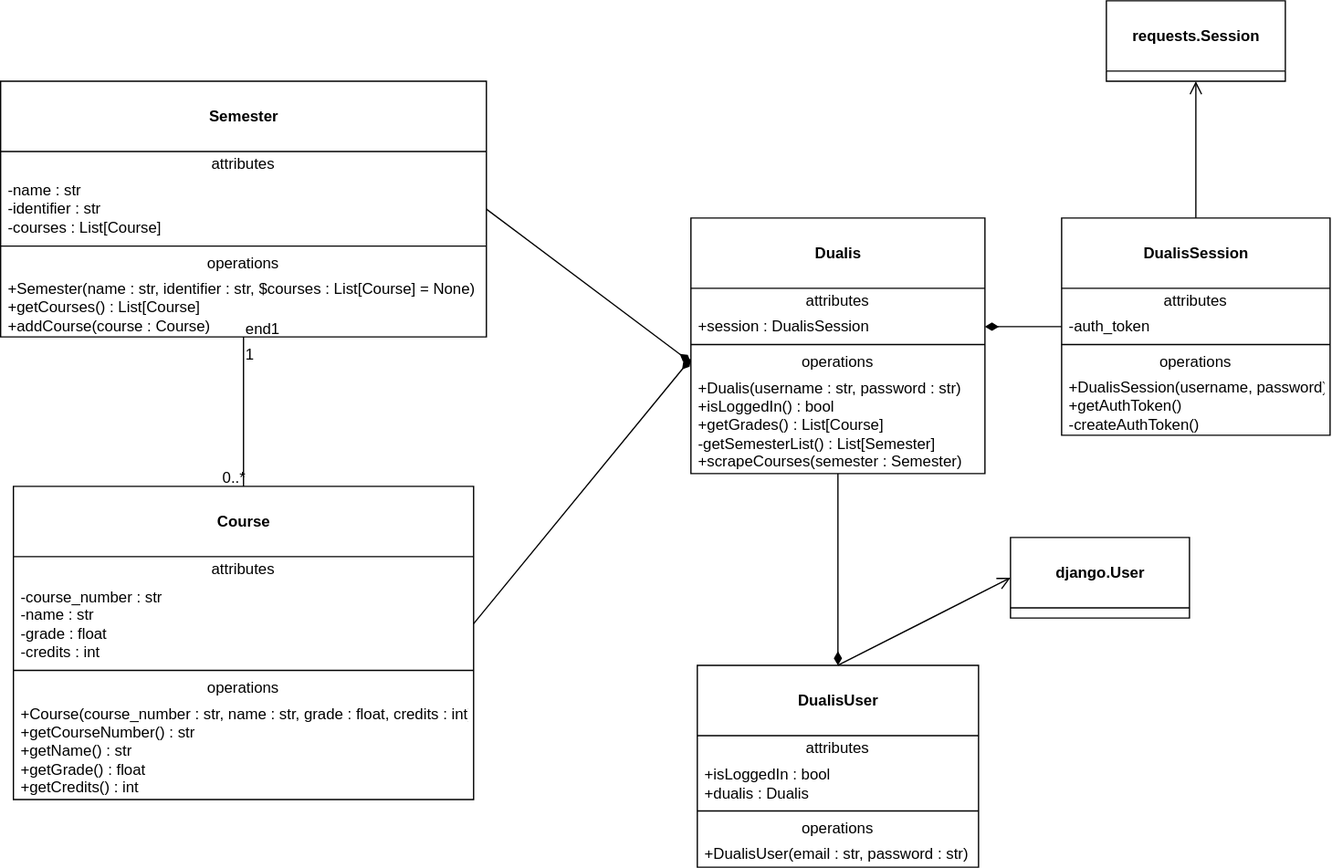
Above: klassendiagramm.drawio.svg in dhbw-stuttgart-webengineering/programmentwurf-gruppe-1 (draw.io), before the change. Source tidied: cells renumbered, new cells last; positions are measured from the earlier drawing's top-left corner, leaving out a move shared by most shapes.
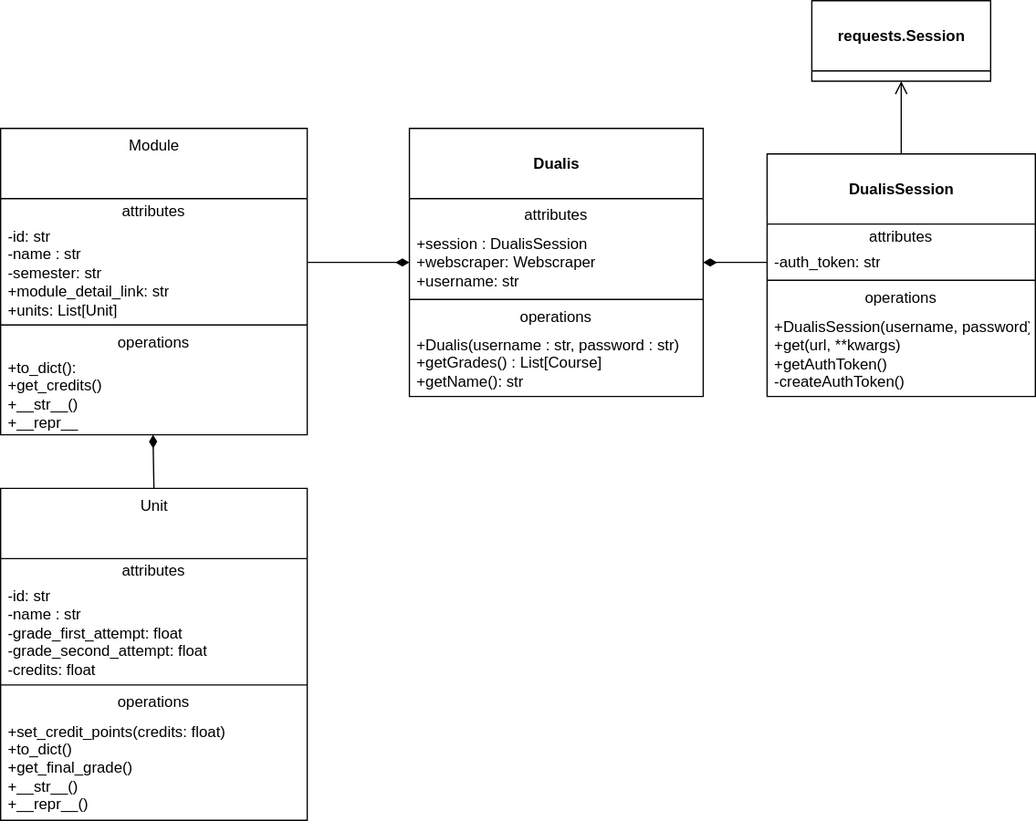
After the commit.

Diff of the diagram source:
```diff
@@ -3,30 +3,30 @@
     <mxCell id="0" />
     <mxCell id="1" parent="0" />
     <mxCell id="2" value="&lt;b&gt;&lt;br&gt;Dualis&lt;br&gt;&lt;/b&gt;" style="swimlane;fontStyle=0;align=center;verticalAlign=top;horizontal=1;startSize=55;html=1;" parent="1" vertex="1">
-      <mxGeometry x="540" y="170" width="230" height="200" as="geometry" />
+      <mxGeometry x="310" y="170" width="230" height="210" as="geometry" />
     </mxCell>
     <mxCell id="3" value="attributes" style="text;html=1;strokeColor=none;fillColor=none;align=center;verticalAlign=middle;spacingLeft=4;spacingRight=4;overflow=hidden;" parent="2" vertex="1">
-      <mxGeometry y="55" width="230" height="20" as="geometry" />
+      <mxGeometry y="55" width="230" height="25" as="geometry" />
     </mxCell>
-    <mxCell id="4" value="+session : DualisSession" style="text;html=1;strokeColor=none;fillColor=none;align=left;verticalAlign=middle;spacingLeft=4;spacingRight=4;overflow=hidden;points=[[0,0.5],[1,0.5]];portConstraint=eastwest;" parent="2" vertex="1">
-      <mxGeometry y="75" width="230" height="20" as="geometry" />
+    <mxCell id="4" value="+session : DualisSession&lt;br&gt;+webscraper: Webscraper&lt;br&gt;+username: str" style="text;html=1;strokeColor=none;fillColor=none;align=left;verticalAlign=middle;spacingLeft=4;spacingRight=4;overflow=hidden;points=[[0,0.5],[1,0.5]];portConstraint=eastwest;" parent="2" vertex="1">
+      <mxGeometry y="80" width="230" height="50" as="geometry" />
     </mxCell>
     <mxCell id="5" style="line;strokeWidth=1;fillColor=none;align=left;verticalAlign=middle;spacingTop=-1;spacingLeft=3;spacingRight=3;labelPosition=right;" parent="2" vertex="1">
-      <mxGeometry y="95" width="230" height="8" as="geometry" />
+      <mxGeometry y="130" width="230" height="8" as="geometry" />
     </mxCell>
     <mxCell id="6" value="operations" style="text;html=1;strokeColor=none;fillColor=none;align=center;verticalAlign=middle;spacingLeft=4;spacingRight=4;overflow=hidden;points=[[0,0.5],[1,0.5]];portConstraint=eastwest;" parent="2" vertex="1">
-      <mxGeometry y="103" width="230" height="20" as="geometry" />
+      <mxGeometry y="138" width="230" height="20" as="geometry" />
     </mxCell>
-    <mxCell id="7" value="+Dualis(username : str, password : str)&lt;br&gt;+isLoggedIn() : bool&lt;br&gt;+getGrades() : List[Course]&lt;br&gt;-getSemesterList() : List[Semester]&lt;br&gt;+scrapeCourses(semester : Semester)" style="text;html=1;strokeColor=none;fillColor=none;align=left;verticalAlign=middle;spacingLeft=4;spacingRight=4;overflow=hidden;points=[[0,0.5],[1,0.5]];portConstraint=eastwest;" parent="2" vertex="1">
-      <mxGeometry y="123" width="230" height="77" as="geometry" />
+    <mxCell id="7" value="+Dualis(username : str, password : str)&lt;br&gt;+getGrades() : List[Course]&lt;br&gt;+getName(): str" style="text;html=1;strokeColor=none;fillColor=none;align=left;verticalAlign=middle;spacingLeft=4;spacingRight=4;overflow=hidden;points=[[0,0.5],[1,0.5]];portConstraint=eastwest;" parent="2" vertex="1">
+      <mxGeometry y="158" width="230" height="52" as="geometry" />
     </mxCell>
     <mxCell id="8" value="&lt;br&gt;&lt;b&gt;DualisSession&lt;/b&gt;&lt;br&gt;" style="swimlane;fontStyle=0;align=center;verticalAlign=top;horizontal=1;startSize=55;html=1;" parent="1" vertex="1">
-      <mxGeometry x="830" y="170" width="210" height="170" as="geometry" />
+      <mxGeometry x="590" y="190" width="210" height="190" as="geometry" />
     </mxCell>
     <mxCell id="9" value="attributes" style="text;html=1;strokeColor=none;fillColor=none;align=center;verticalAlign=middle;spacingLeft=4;spacingRight=4;overflow=hidden;" parent="8" vertex="1">
       <mxGeometry y="55" width="210" height="20" as="geometry" />
     </mxCell>
-    <mxCell id="10" value="-auth_token" style="text;html=1;strokeColor=none;fillColor=none;align=left;verticalAlign=middle;spacingLeft=4;spacingRight=4;overflow=hidden;points=[[0,0.5],[1,0.5]];portConstraint=eastwest;" parent="8" vertex="1">
+    <mxCell id="10" value="-auth_token: str" style="text;html=1;strokeColor=none;fillColor=none;align=left;verticalAlign=middle;spacingLeft=4;spacingRight=4;overflow=hidden;points=[[0,0.5],[1,0.5]];portConstraint=eastwest;" parent="8" vertex="1">
       <mxGeometry y="75" width="210" height="20" as="geometry" />
     </mxCell>
     <mxCell id="11" style="line;strokeWidth=1;fillColor=none;align=left;verticalAlign=middle;spacingTop=-1;spacingLeft=3;spacingRight=3;labelPosition=right;" parent="8" vertex="1">
@@ -35,11 +35,11 @@
     <mxCell id="12" value="operations" style="text;html=1;strokeColor=none;fillColor=none;align=center;verticalAlign=middle;spacingLeft=4;spacingRight=4;overflow=hidden;" parent="8" vertex="1">
       <mxGeometry y="103" width="210" height="20" as="geometry" />
     </mxCell>
-    <mxCell id="13" value="+DualisSession(username, password)&lt;br&gt;+getAuthToken()&lt;br&gt;-createAuthToken()" style="text;html=1;strokeColor=none;fillColor=none;align=left;verticalAlign=middle;spacingLeft=4;spacingRight=4;overflow=hidden;" parent="8" vertex="1">
-      <mxGeometry y="123" width="210" height="47" as="geometry" />
+    <mxCell id="13" value="+DualisSession(username, password)&lt;br&gt;+get(url, **kwargs)&lt;br&gt;+getAuthToken()&lt;br&gt;-createAuthToken()" style="text;html=1;strokeColor=none;fillColor=none;align=left;verticalAlign=middle;spacingLeft=4;spacingRight=4;overflow=hidden;" parent="8" vertex="1">
+      <mxGeometry y="123" width="210" height="67" as="geometry" />
     </mxCell>
     <mxCell id="14" value="&lt;br&gt;&lt;b&gt;requests.Session&lt;/b&gt;&lt;br&gt;" style="swimlane;fontStyle=0;align=center;verticalAlign=top;horizontal=1;startSize=55;html=1;" parent="1" vertex="1">
-      <mxGeometry x="865" width="140" height="63" as="geometry" />
+      <mxGeometry x="625" y="70" width="140" height="63" as="geometry" />
     </mxCell>
     <mxCell id="15" style="endArrow=open;startArrow=none;endFill=0;startFill=0;endSize=8;html=1;verticalAlign=bottom;labelBackgroundColor=none;strokeWidth=1;entryX=0.5;entryY=1;entryDx=0;entryDy=0;exitX=0.5;exitY=0;exitDx=0;exitDy=0;" parent="1" edge="1" source="8" target="14">
       <mxGeometry relative="1" as="geometry" />
@@ -47,88 +47,49 @@
     <mxCell id="16" style="endArrow=none;startArrow=diamondThin;endFill=0;startFill=1;html=1;verticalAlign=bottom;labelBackgroundColor=none;strokeWidth=1;startSize=8;endSize=8;exitX=1;exitY=0.5;exitDx=0;exitDy=0;entryX=0;entryY=0.5;entryDx=0;entryDy=0;" parent="1" edge="1" source="4" target="10">
       <mxGeometry relative="1" as="geometry" />
     </mxCell>
-    <mxCell id="17" value="&lt;br&gt;&lt;b&gt;Course&lt;/b&gt;&lt;br&gt;" style="swimlane;fontStyle=0;align=center;verticalAlign=top;horizontal=1;startSize=55;html=1;" parent="1" vertex="1">
-      <mxGeometry x="10" y="380" width="360" height="245" as="geometry" />
+    <mxCell id="17" value="Module" style="swimlane;fontStyle=0;align=center;verticalAlign=top;horizontal=1;startSize=55;html=1;" parent="1" vertex="1">
+      <mxGeometry x="-10" y="170" width="240" height="240" as="geometry" />
     </mxCell>
     <mxCell id="18" value="attributes" style="text;html=1;strokeColor=none;fillColor=none;align=center;verticalAlign=middle;spacingLeft=4;spacingRight=4;overflow=hidden;" parent="17" vertex="1">
-      <mxGeometry y="55" width="360" height="20" as="geometry" />
+      <mxGeometry y="55" width="240" height="20" as="geometry" />
     </mxCell>
-    <mxCell id="19" value="-course_number : str&lt;br&gt;-name : str&lt;br&gt;-grade : float&lt;br&gt;-credits : int" style="text;html=1;strokeColor=none;fillColor=none;align=left;verticalAlign=middle;spacingLeft=4;spacingRight=4;overflow=hidden;points=[[0,0.5],[1,0.5]];portConstraint=eastwest;" parent="17" vertex="1">
-      <mxGeometry y="75" width="360" height="65" as="geometry" />
+    <mxCell id="19" value="-id: str&lt;br&gt;-name : str&lt;br&gt;-semester: str&lt;br&gt;+module_detail_link: str&lt;br&gt;+units: List[Unit]" style="text;html=1;strokeColor=none;fillColor=none;align=left;verticalAlign=middle;spacingLeft=4;spacingRight=4;overflow=hidden;points=[[0,0.5],[1,0.5]];portConstraint=eastwest;" parent="17" vertex="1">
+      <mxGeometry y="75" width="240" height="75" as="geometry" />
     </mxCell>
     <mxCell id="20" style="line;strokeWidth=1;fillColor=none;align=left;verticalAlign=middle;spacingTop=-1;spacingLeft=3;spacingRight=3;labelPosition=right;" parent="17" vertex="1">
-      <mxGeometry y="140" width="360" height="8" as="geometry" />
+      <mxGeometry y="150" width="240" height="8" as="geometry" />
     </mxCell>
     <mxCell id="21" value="operations" style="text;html=1;strokeColor=none;fillColor=none;align=center;verticalAlign=middle;spacingLeft=4;spacingRight=4;overflow=hidden;" parent="17" vertex="1">
-      <mxGeometry y="148" width="360" height="20" as="geometry" />
+      <mxGeometry y="158" width="240" height="20" as="geometry" />
     </mxCell>
-    <mxCell id="22" value="+Course(course_number : str, name : str, grade : float, credits : int)&lt;br&gt;+getCourseNumber() : str&amp;nbsp;&lt;br&gt;+getName() : str&lt;br&gt;+getGrade() : float&lt;br&gt;+getCredits() : int" style="text;html=1;strokeColor=none;fillColor=none;align=left;verticalAlign=middle;spacingLeft=4;spacingRight=4;overflow=hidden;points=[[0,0.5],[1,0.5]];portConstraint=eastwest;" parent="17" vertex="1">
-      <mxGeometry y="168" width="360" height="77" as="geometry" />
+    <mxCell id="22" value="+to_dict():&lt;br&gt;+get_credits()&lt;br&gt;+__str__()&lt;br&gt;+__repr__" style="text;html=1;strokeColor=none;fillColor=none;align=left;verticalAlign=middle;spacingLeft=4;spacingRight=4;overflow=hidden;points=[[0,0.5],[1,0.5]];portConstraint=eastwest;" parent="17" vertex="1">
+      <mxGeometry y="178" width="240" height="62" as="geometry" />
     </mxCell>
-    <mxCell id="23" value="&lt;br&gt;&lt;b&gt;Semester&lt;/b&gt;&lt;br&gt;" style="swimlane;fontStyle=0;align=center;verticalAlign=top;horizontal=1;startSize=55;html=1;" parent="1" vertex="1">
-      <mxGeometry y="63" width="380" height="200" as="geometry" />
-    </mxCell>
-    <mxCell id="24" value="attributes" style="text;html=1;strokeColor=none;fillColor=none;align=center;verticalAlign=middle;spacingLeft=4;spacingRight=4;overflow=hidden;" parent="23" vertex="1">
-      <mxGeometry y="55" width="380" height="20" as="geometry" />
-    </mxCell>
-    <mxCell id="25" value="-name : str&lt;br&gt;-identifier : str&lt;br&gt;-courses : List[Course]" style="text;html=1;strokeColor=none;fillColor=none;align=left;verticalAlign=middle;spacingLeft=4;spacingRight=4;overflow=hidden;points=[[0,0.5],[1,0.5]];portConstraint=eastwest;" parent="23" vertex="1">
-      <mxGeometry y="75" width="380" height="50" as="geometry" />
-    </mxCell>
-    <mxCell id="26" style="line;strokeWidth=1;fillColor=none;align=left;verticalAlign=middle;spacingTop=-1;spacingLeft=3;spacingRight=3;labelPosition=right;" parent="23" vertex="1">
-      <mxGeometry y="125" width="380" height="8" as="geometry" />
-    </mxCell>
-    <mxCell id="27" value="operations" style="text;html=1;strokeColor=none;fillColor=none;align=center;verticalAlign=middle;spacingLeft=4;spacingRight=4;overflow=hidden;" parent="23" vertex="1">
-      <mxGeometry y="133" width="380" height="20" as="geometry" />
-    </mxCell>
-    <mxCell id="28" value="+Semester(name : str, identifier : str, $courses : List[Course] = None)&lt;br&gt;+getCourses() : List[Course]&lt;br&gt;+addCourse(course : Course)" style="text;html=1;strokeColor=none;fillColor=none;align=left;verticalAlign=middle;spacingLeft=4;spacingRight=4;overflow=hidden;fixDash=0;" parent="23" vertex="1">
-      <mxGeometry y="153" width="380" height="47" as="geometry" />
-    </mxCell>
-    <mxCell id="29" style="endArrow=none;html=1;rounded=0;align=center;verticalAlign=top;endFill=0;labelBackgroundColor=none;entryX=0.5;entryY=0;entryDx=0;entryDy=0;exitX=0.5;exitY=1;exitDx=0;exitDy=0;" parent="1" edge="1" source="23" target="17">
-      <mxGeometry relative="1" as="geometry" />
-    </mxCell>
-    <mxCell id="30" value="end1" style="html=1;align=left;verticalAlign=bottom;labelBackgroundColor=none;" parent="29" vertex="1">
-      <mxGeometry x="-1" relative="1" as="geometry" />
-    </mxCell>
-    <mxCell id="31" value="1" style="html=1;align=left;verticalAlign=top;labelBackgroundColor=none;" parent="29" vertex="1">
-      <mxGeometry x="-1" relative="1" as="geometry" />
-    </mxCell>
-    <mxCell id="32" value="0..*" style="html=1;align=right;verticalAlign=bottom;labelBackgroundColor=none;" parent="29" vertex="1">
-      <mxGeometry x="1" relative="1" as="geometry" />
-    </mxCell>
-    <mxCell id="33" style="endArrow=none;startArrow=diamondThin;endFill=0;startFill=1;html=1;verticalAlign=bottom;labelBackgroundColor=none;strokeWidth=1;startSize=8;endSize=8;exitX=0;exitY=0.5;exitDx=0;exitDy=0;entryX=1;entryY=0.5;entryDx=0;entryDy=0;" parent="1" edge="1" source="6" target="25">
-      <mxGeometry relative="1" as="geometry" />
-    </mxCell>
-    <mxCell id="34" style="endArrow=none;startArrow=diamondThin;endFill=0;startFill=1;html=1;verticalAlign=bottom;labelBackgroundColor=none;strokeWidth=1;startSize=8;endSize=8;entryX=1;entryY=0.5;entryDx=0;entryDy=0;" parent="1" edge="1" target="19">
+    <mxCell id="34" style="endArrow=none;startArrow=diamondThin;endFill=0;startFill=1;html=1;verticalAlign=bottom;labelBackgroundColor=none;strokeWidth=1;startSize=8;endSize=8;exitX=0;exitY=0.5;exitDx=0;exitDy=0;" parent="1" edge="1" source="4">
       <mxGeometry relative="1" as="geometry">
-        <mxPoint x="540" y="280" as="sourcePoint" />
+        <mxPoint x="230" y="275" as="targetPoint" />
       </mxGeometry>
     </mxCell>
-    <mxCell id="35" value="&lt;br&gt;&lt;b&gt;DualisUser&lt;/b&gt;" style="swimlane;fontStyle=0;align=center;verticalAlign=top;horizontal=1;startSize=55;html=1;" parent="1" vertex="1">
-      <mxGeometry x="545" y="520" width="220" height="158" as="geometry" />
+    <mxCell id="35" value="Unit" style="swimlane;fontStyle=0;align=center;verticalAlign=top;horizontal=1;startSize=55;html=1;" parent="1" vertex="1">
+      <mxGeometry x="-10" y="452" width="240" height="260" as="geometry" />
     </mxCell>
     <mxCell id="36" value="attributes" style="text;html=1;strokeColor=none;fillColor=none;align=center;verticalAlign=middle;spacingLeft=4;spacingRight=4;overflow=hidden;" parent="35" vertex="1">
-      <mxGeometry y="55" width="220" height="20" as="geometry" />
+      <mxGeometry y="55" width="240" height="20" as="geometry" />
     </mxCell>
-    <mxCell id="37" value="+isLoggedIn : bool&lt;br&gt;+dualis : Dualis" style="text;html=1;strokeColor=none;fillColor=none;align=left;verticalAlign=middle;spacingLeft=4;spacingRight=4;overflow=hidden;" parent="35" vertex="1">
-      <mxGeometry y="75" width="220" height="35" as="geometry" />
+    <mxCell id="37" value="-id: str&lt;br&gt;-name : str&lt;br&gt;-grade_first_attempt: float&lt;br&gt;-grade_second_attempt: float&lt;br&gt;-credits: float" style="text;html=1;strokeColor=none;fillColor=none;align=left;verticalAlign=middle;spacingLeft=4;spacingRight=4;overflow=hidden;" parent="35" vertex="1">
+      <mxGeometry y="75" width="240" height="75" as="geometry" />
     </mxCell>
+    <mxCell id="44" style="line;strokeWidth=1;fillColor=none;align=left;verticalAlign=middle;spacingTop=-1;spacingLeft=3;spacingRight=3;labelPosition=right;" parent="35" vertex="1">
+      <mxGeometry y="150" width="240" height="8" as="geometry" />
+    </mxCell>
+    <mxCell id="27" value="operations" style="text;html=1;strokeColor=none;fillColor=none;align=center;verticalAlign=middle;spacingLeft=4;spacingRight=4;overflow=hidden;" parent="35" vertex="1">
+      <mxGeometry y="158" width="240" height="20" as="geometry" />
+    </mxCell>
-    <mxCell id="38" style="line;strokeWidth=1;fillColor=none;align=left;verticalAlign=middle;spacingTop=-1;spacingLeft=3;spacingRight=3;labelPosition=right;" parent="35" vertex="1">
-      <mxGeometry y="110" width="220" height="8" as="geometry" />
+    <mxCell id="38" value="+set_credit_points(credits: float)&lt;br&gt;+to_dict()&lt;br&gt;+get_final_grade()&lt;br&gt;+__str__()&lt;br&gt;+__repr__()" style="text;html=1;strokeColor=none;fillColor=none;align=left;verticalAlign=middle;spacingLeft=4;spacingRight=4;overflow=hidden;" parent="35" vertex="1">
+      <mxGeometry y="178" width="240" height="82" as="geometry" />
     </mxCell>
-    <mxCell id="39" value="operations" style="text;html=1;strokeColor=none;fillColor=none;align=center;verticalAlign=middle;spacingLeft=4;spacingRight=4;overflow=hidden;" parent="35" vertex="1">
-      <mxGeometry y="118" width="220" height="20" as="geometry" />
+    <mxCell id="39" style="endArrow=none;startArrow=diamondThin;endFill=0;startFill=1;html=1;verticalAlign=bottom;labelBackgroundColor=none;strokeWidth=1;startSize=8;endSize=8;entryX=0.5;entryY=0;entryDx=0;entryDy=0;exitX=0.497;exitY=0.998;exitDx=0;exitDy=0;exitPerimeter=0;" parent="1" edge="1" source="22" target="35">
+      <mxGeometry relative="1" as="geometry" />
     </mxCell>
-    <mxCell id="40" value="+DualisUser(email : str, password : str)" style="text;html=1;strokeColor=none;fillColor=none;align=left;verticalAlign=middle;spacingLeft=4;spacingRight=4;overflow=hidden;" parent="35" vertex="1">
-      <mxGeometry y="138" width="220" height="20" as="geometry" />
-    </mxCell>
-    <mxCell id="41" value="&lt;br&gt;&lt;b&gt;django.User&lt;/b&gt;" style="swimlane;fontStyle=0;align=center;verticalAlign=top;horizontal=1;startSize=55;html=1;" parent="1" vertex="1">
-      <mxGeometry x="790" y="420" width="140" height="63" as="geometry" />
-    </mxCell>
-    <mxCell id="42" style="endArrow=open;startArrow=none;endFill=0;startFill=0;endSize=8;html=1;verticalAlign=bottom;labelBackgroundColor=none;strokeWidth=1;entryX=0;entryY=0.5;entryDx=0;entryDy=0;exitX=0.5;exitY=0;exitDx=0;exitDy=0;" parent="1" edge="1" source="35" target="41">
-      <mxGeometry relative="1" as="geometry" />
-    </mxCell>
-    <mxCell id="43" style="endArrow=none;startArrow=diamondThin;endFill=0;startFill=1;html=1;verticalAlign=bottom;labelBackgroundColor=none;strokeWidth=1;startSize=8;endSize=8;exitX=0.5;exitY=0;exitDx=0;exitDy=0;" parent="1" edge="1" source="35" target="7">
-      <mxGeometry relative="1" as="geometry" />
-    </mxCell>
   </root>
 </mxGraphModel>
```
